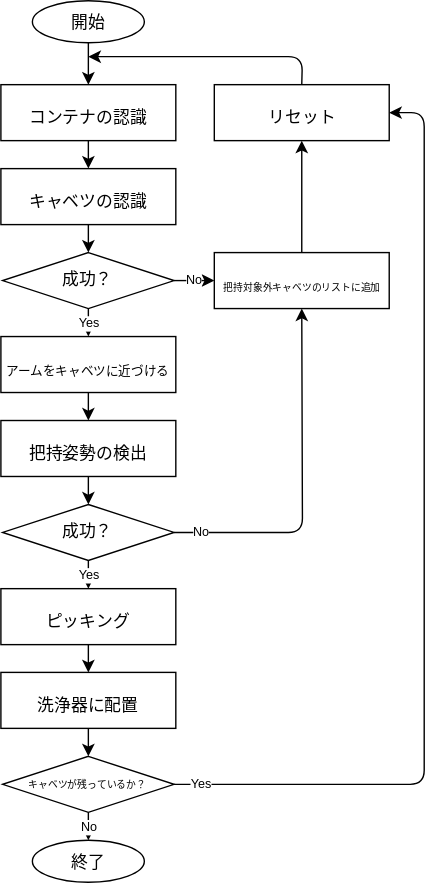
yamachaso/ros_dev keeps this draw.io diagram as flowchart.drawio.svg. Above is the earlier version. Source tidied: cells renumbered, new cells last; positions are measured from the earlier drawing's top-left corner, leaving out a move shared by most shapes.
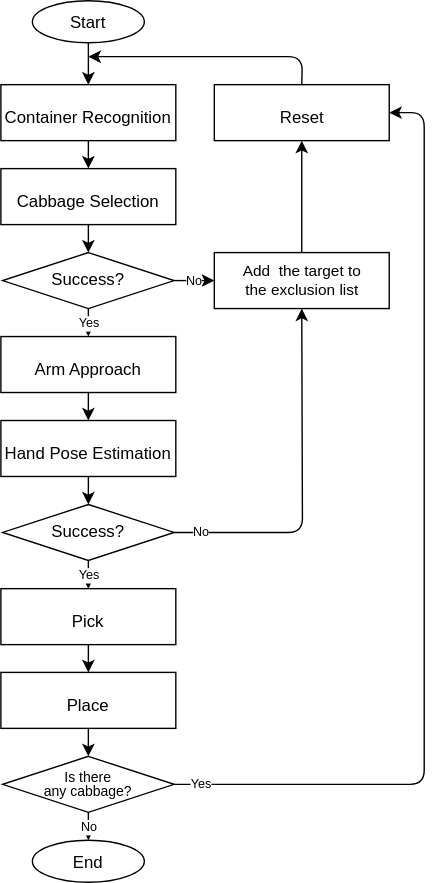
Later version of the same file.

Diff of the diagram source:
```diff
@@ -2,40 +2,40 @@
   <root>
     <mxCell id="0" />
     <mxCell id="1" parent="0" />
-    <mxCell id="2" value="開始" style="ellipse;" parent="1" vertex="1">
+    <mxCell id="2" value="Start" style="ellipse;fontFamily=Helvetica;" parent="1" vertex="1">
       <mxGeometry x="22.5" width="80" height="30" as="geometry" />
     </mxCell>
-    <mxCell id="3" style="edgeStyle=none;hachureGap=4;html=1;exitX=0.5;exitY=1;exitDx=0;exitDy=0;entryX=0.5;entryY=0;entryDx=0;entryDy=0;fontFamily=Architects Daughter;fontSource=https%3A%2F%2Ffonts.googleapis.com%2Fcss%3Ffamily%3DArchitects%2BDaughter;fontSize=12;" parent="1" edge="1" source="4" target="6">
+    <mxCell id="3" style="edgeStyle=none;hachureGap=4;html=1;exitX=0.5;exitY=1;exitDx=0;exitDy=0;entryX=0.5;entryY=0;entryDx=0;entryDy=0;fontFamily=Helvetica;fontSize=12;" parent="1" edge="1" source="4" target="6">
       <mxGeometry relative="1" as="geometry" />
     </mxCell>
-    <mxCell id="4" value="&lt;font style=&quot;font-size: 12px;&quot;&gt;コンテナの認識&lt;/font&gt;" style="rounded=0;whiteSpace=wrap;html=1;hachureGap=4;fontFamily=Architects Daughter;fontSource=https%3A%2F%2Ffonts.googleapis.com%2Fcss%3Ffamily%3DArchitects%2BDaughter;fontSize=20;" parent="1" vertex="1">
+    <mxCell id="4" value="&lt;p&gt;&lt;font style=&quot;font-size: 12px;&quot;&gt;Container Recognition&lt;/font&gt;&lt;/p&gt;" style="rounded=0;whiteSpace=wrap;html=1;hachureGap=4;fontFamily=Helvetica;fontSize=20;" parent="1" vertex="1">
       <mxGeometry y="60" width="125" height="40" as="geometry" />
     </mxCell>
-    <mxCell id="5" style="edgeStyle=none;sketch=0;hachureGap=4;jiggle=2;curveFitting=1;html=1;exitX=0.5;exitY=1;exitDx=0;exitDy=0;entryX=0.5;entryY=0;entryDx=0;entryDy=0;fontFamily=Architects Daughter;fontSource=https%3A%2F%2Ffonts.googleapis.com%2Fcss%3Ffamily%3DArchitects%2BDaughter;fontSize=12;" parent="1" edge="1" source="6" target="15">
+    <mxCell id="5" style="edgeStyle=none;sketch=0;hachureGap=4;jiggle=2;curveFitting=1;html=1;exitX=0.5;exitY=1;exitDx=0;exitDy=0;entryX=0.5;entryY=0;entryDx=0;entryDy=0;fontFamily=Helvetica;fontSize=12;" parent="1" edge="1" source="6" target="15">
       <mxGeometry relative="1" as="geometry" />
     </mxCell>
-    <mxCell id="6" value="&lt;font style=&quot;font-size: 12px;&quot;&gt;キャベツの認識&lt;/font&gt;" style="rounded=0;whiteSpace=wrap;html=1;hachureGap=4;fontFamily=Architects Daughter;fontSource=https%3A%2F%2Ffonts.googleapis.com%2Fcss%3Ffamily%3DArchitects%2BDaughter;fontSize=20;" parent="1" vertex="1">
+    <mxCell id="6" value="&lt;span style=&quot;font-size: 12px;&quot;&gt;Cabbage Selection&lt;/span&gt;" style="rounded=0;whiteSpace=wrap;html=1;hachureGap=4;fontFamily=Helvetica;fontSize=20;" parent="1" vertex="1">
       <mxGeometry y="120" width="125" height="40" as="geometry" />
     </mxCell>
-    <mxCell id="7" style="edgeStyle=none;sketch=0;hachureGap=4;jiggle=2;curveFitting=1;html=1;exitX=0.5;exitY=1;exitDx=0;exitDy=0;entryX=0.5;entryY=0;entryDx=0;entryDy=0;fontFamily=Architects Daughter;fontSource=https%3A%2F%2Ffonts.googleapis.com%2Fcss%3Ffamily%3DArchitects%2BDaughter;fontSize=9;" parent="1" edge="1" source="8" target="9">
+    <mxCell id="7" style="edgeStyle=none;sketch=0;hachureGap=4;jiggle=2;curveFitting=1;html=1;exitX=0.5;exitY=1;exitDx=0;exitDy=0;entryX=0.5;entryY=0;entryDx=0;entryDy=0;fontFamily=Helvetica;fontSize=9;" parent="1" edge="1" source="8" target="9">
       <mxGeometry relative="1" as="geometry" />
     </mxCell>
-    <mxCell id="8" value="&lt;font style=&quot;font-size: 9px;&quot;&gt;アームをキャベツに近づける&lt;/font&gt;" style="rounded=0;whiteSpace=wrap;html=1;hachureGap=4;fontFamily=Architects Daughter;fontSource=https%3A%2F%2Ffonts.googleapis.com%2Fcss%3Ffamily%3DArchitects%2BDaughter;fontSize=20;" parent="1" vertex="1">
+    <mxCell id="8" value="&lt;font style=&quot;font-size: 12px;&quot;&gt;Arm Approach&lt;/font&gt;" style="rounded=0;whiteSpace=wrap;html=1;hachureGap=4;fontFamily=Helvetica;fontSize=20;" parent="1" vertex="1">
       <mxGeometry y="240" width="125" height="40" as="geometry" />
     </mxCell>
-    <mxCell id="9" value="&lt;font style=&quot;font-size: 12px;&quot;&gt;把持姿勢の検出&lt;/font&gt;" style="rounded=0;whiteSpace=wrap;html=1;hachureGap=4;fontFamily=Architects Daughter;fontSource=https%3A%2F%2Ffonts.googleapis.com%2Fcss%3Ffamily%3DArchitects%2BDaughter;fontSize=20;" parent="1" vertex="1">
+    <mxCell id="9" value="&lt;font style=&quot;font-size: 12px;&quot;&gt;Hand Pose Estimation&lt;/font&gt;" style="rounded=0;whiteSpace=wrap;html=1;hachureGap=4;fontFamily=Helvetica;fontSize=20;" parent="1" vertex="1">
       <mxGeometry y="300" width="125" height="40" as="geometry" />
     </mxCell>
-    <mxCell id="10" style="edgeStyle=none;sketch=0;hachureGap=4;jiggle=2;curveFitting=1;html=1;exitX=0.5;exitY=1;exitDx=0;exitDy=0;entryX=0.5;entryY=0;entryDx=0;entryDy=0;fontFamily=Architects Daughter;fontSource=https%3A%2F%2Ffonts.googleapis.com%2Fcss%3Ffamily%3DArchitects%2BDaughter;fontSize=9;" parent="1" edge="1" source="11" target="12">
+    <mxCell id="10" style="edgeStyle=none;sketch=0;hachureGap=4;jiggle=2;curveFitting=1;html=1;exitX=0.5;exitY=1;exitDx=0;exitDy=0;entryX=0.5;entryY=0;entryDx=0;entryDy=0;fontFamily=Helvetica;fontSize=9;" parent="1" edge="1" source="11" target="12">
       <mxGeometry relative="1" as="geometry" />
     </mxCell>
-    <mxCell id="11" value="&lt;font style=&quot;font-size: 12px;&quot;&gt;ピッキング&lt;/font&gt;" style="rounded=0;whiteSpace=wrap;html=1;hachureGap=4;fontFamily=Architects Daughter;fontSource=https%3A%2F%2Ffonts.googleapis.com%2Fcss%3Ffamily%3DArchitects%2BDaughter;fontSize=20;" parent="1" vertex="1">
+    <mxCell id="11" value="&lt;font style=&quot;font-size: 12px;&quot;&gt;Pick&lt;/font&gt;" style="rounded=0;whiteSpace=wrap;html=1;hachureGap=4;fontFamily=Helvetica;fontSize=20;" parent="1" vertex="1">
       <mxGeometry y="420.2" width="125" height="40" as="geometry" />
     </mxCell>
-    <mxCell id="12" value="&lt;font style=&quot;font-size: 12px;&quot;&gt;洗浄器に配置&lt;/font&gt;" style="rounded=0;whiteSpace=wrap;html=1;hachureGap=4;fontFamily=Architects Daughter;fontSource=https%3A%2F%2Ffonts.googleapis.com%2Fcss%3Ffamily%3DArchitects%2BDaughter;fontSize=20;" parent="1" vertex="1">
+    <mxCell id="12" value="&lt;font style=&quot;font-size: 12px;&quot;&gt;Place&lt;/font&gt;" style="rounded=0;whiteSpace=wrap;html=1;hachureGap=4;fontFamily=Helvetica;fontSize=20;" parent="1" vertex="1">
       <mxGeometry y="480" width="125" height="40" as="geometry" />
     </mxCell>
-    <mxCell id="13" style="edgeStyle=none;sketch=0;hachureGap=4;jiggle=2;curveFitting=1;html=1;exitX=0.5;exitY=0;exitDx=0;exitDy=0;fontFamily=Architects Daughter;fontSource=https%3A%2F%2Ffonts.googleapis.com%2Fcss%3Ffamily%3DArchitects%2BDaughter;fontSize=9;" parent="1" edge="1" source="14">
+    <mxCell id="13" style="edgeStyle=none;sketch=0;hachureGap=4;jiggle=2;curveFitting=1;html=1;exitX=0.5;exitY=0;exitDx=0;exitDy=0;fontFamily=Helvetica;fontSize=9;" parent="1" edge="1" source="14">
       <mxGeometry relative="1" as="geometry">
         <mxPoint x="62.5" y="40" as="targetPoint" />
         <Array as="points">
@@ -43,74 +43,74 @@
         </Array>
       </mxGeometry>
     </mxCell>
-    <mxCell id="14" value="&lt;font style=&quot;font-size: 12px;&quot;&gt;リセット&lt;/font&gt;" style="rounded=0;whiteSpace=wrap;html=1;hachureGap=4;fontFamily=Architects Daughter;fontSource=https%3A%2F%2Ffonts.googleapis.com%2Fcss%3Ffamily%3DArchitects%2BDaughter;fontSize=20;" parent="1" vertex="1">
+    <mxCell id="14" value="&lt;font style=&quot;font-size: 12px;&quot;&gt;Reset&lt;/font&gt;" style="rounded=0;whiteSpace=wrap;html=1;hachureGap=4;fontFamily=Helvetica;fontSize=20;fillColor=default;glass=0;" parent="1" vertex="1">
       <mxGeometry x="152.5" y="60" width="125" height="40" as="geometry" />
     </mxCell>
-    <mxCell id="15" value="&lt;font style=&quot;font-size: 12px;&quot;&gt;成功？&lt;/font&gt;" style="rhombus;whiteSpace=wrap;html=1;sketch=0;hachureGap=4;jiggle=2;curveFitting=1;fontFamily=Architects Daughter;fontSource=https%3A%2F%2Ffonts.googleapis.com%2Fcss%3Ffamily%3DArchitects%2BDaughter;fontSize=9;" parent="1" vertex="1">
+    <mxCell id="15" value="&lt;font style=&quot;font-size: 12px;&quot;&gt;Success?&lt;/font&gt;" style="rhombus;whiteSpace=wrap;html=1;sketch=0;hachureGap=4;jiggle=2;curveFitting=1;fontFamily=Helvetica;fontSize=9;" parent="1" vertex="1">
       <mxGeometry x="1.2" y="180" width="122.5" height="40" as="geometry" />
     </mxCell>
-    <mxCell id="16" value="&lt;font style=&quot;font-size: 7px;&quot;&gt;把持対象外キャベツのリストに追加&lt;/font&gt;" style="rounded=0;whiteSpace=wrap;html=1;hachureGap=4;fontFamily=Architects Daughter;fontSource=https%3A%2F%2Ffonts.googleapis.com%2Fcss%3Ffamily%3DArchitects%2BDaughter;fontSize=20;" parent="1" vertex="1">
+    <mxCell id="16" value="&lt;p style=&quot;line-height: 120%; font-size: 11px;&quot;&gt;&lt;span style=&quot;&quot;&gt;Add&amp;nbsp; the target to&amp;nbsp;&lt;br&gt;the&amp;nbsp;exclusion list&lt;/span&gt;&lt;/p&gt;" style="rounded=0;whiteSpace=wrap;html=1;hachureGap=4;fontFamily=Helvetica;fontSize=20;" parent="1" vertex="1">
       <mxGeometry x="152.5" y="180" width="125" height="40" as="geometry" />
     </mxCell>
-    <mxCell id="17" style="edgeStyle=none;sketch=0;hachureGap=4;jiggle=2;curveFitting=1;html=1;exitX=0.5;exitY=1;exitDx=0;exitDy=0;entryX=0.5;entryY=0;entryDx=0;entryDy=0;fontFamily=Architects Daughter;fontSource=https%3A%2F%2Ffonts.googleapis.com%2Fcss%3Ffamily%3DArchitects%2BDaughter;fontSize=12;" parent="1" edge="1" source="9" target="18">
+    <mxCell id="17" style="edgeStyle=none;sketch=0;hachureGap=4;jiggle=2;curveFitting=1;html=1;exitX=0.5;exitY=1;exitDx=0;exitDy=0;entryX=0.5;entryY=0;entryDx=0;entryDy=0;fontFamily=Helvetica;fontSize=12;" parent="1" edge="1" source="9" target="18">
       <mxGeometry relative="1" as="geometry" />
     </mxCell>
-    <mxCell id="18" value="&lt;font style=&quot;font-size: 12px;&quot;&gt;成功？&lt;/font&gt;" style="rhombus;whiteSpace=wrap;html=1;sketch=0;hachureGap=4;jiggle=2;curveFitting=1;fontFamily=Architects Daughter;fontSource=https%3A%2F%2Ffonts.googleapis.com%2Fcss%3Ffamily%3DArchitects%2BDaughter;fontSize=9;" parent="1" vertex="1">
+    <mxCell id="18" value="&lt;font style=&quot;font-size: 12px;&quot;&gt;Success?&lt;/font&gt;" style="rhombus;whiteSpace=wrap;html=1;sketch=0;hachureGap=4;jiggle=2;curveFitting=1;fontFamily=Helvetica;fontSize=9;" parent="1" vertex="1">
       <mxGeometry x="1.2" y="360" width="122.5" height="40" as="geometry" />
     </mxCell>
-    <mxCell id="19" style="edgeStyle=none;sketch=0;hachureGap=4;jiggle=2;curveFitting=1;html=1;entryX=0.5;entryY=0;entryDx=0;entryDy=0;fontFamily=Architects Daughter;fontSource=https%3A%2F%2Ffonts.googleapis.com%2Fcss%3Ffamily%3DArchitects%2BDaughter;fontSize=12;exitX=0.5;exitY=1;exitDx=0;exitDy=0;" parent="1" edge="1" source="12" target="20">
+    <mxCell id="19" style="edgeStyle=none;sketch=0;hachureGap=4;jiggle=2;curveFitting=1;html=1;entryX=0.5;entryY=0;entryDx=0;entryDy=0;fontFamily=Helvetica;fontSize=12;exitX=0.5;exitY=1;exitDx=0;exitDy=0;" parent="1" edge="1" source="12" target="20">
       <mxGeometry relative="1" as="geometry" />
     </mxCell>
-    <mxCell id="20" value="&lt;font style=&quot;font-size: 7px;&quot;&gt;キャベツが残っているか？&lt;/font&gt;" style="rhombus;whiteSpace=wrap;html=1;sketch=0;hachureGap=4;jiggle=2;curveFitting=1;fontFamily=Architects Daughter;fontSource=https%3A%2F%2Ffonts.googleapis.com%2Fcss%3Ffamily%3DArchitects%2BDaughter;fontSize=9;" parent="1" vertex="1">
+    <mxCell id="20" value="&lt;p style=&quot;line-height: 100%;&quot;&gt;&lt;font style=&quot;font-size: 10px;&quot;&gt;Is there &lt;br style=&quot;font-size: 10px;&quot;&gt;any cabbage?&lt;/font&gt;&lt;/p&gt;" style="rhombus;whiteSpace=wrap;html=1;sketch=0;hachureGap=4;jiggle=2;curveFitting=1;fontFamily=Helvetica;fontSize=10;" parent="1" vertex="1">
       <mxGeometry x="1.2" y="540" width="122.5" height="40" as="geometry" />
     </mxCell>
-    <mxCell id="21" value="終了" style="ellipse;" parent="1" vertex="1">
+    <mxCell id="21" value="End" style="ellipse;fontFamily=Helvetica;" parent="1" vertex="1">
       <mxGeometry x="22.5" y="600" width="80" height="30" as="geometry" />
     </mxCell>
-    <mxCell id="22" style="endArrow=classic;html=1;hachureGap=4;fontFamily=Architects Daughter;fontSource=https%3A%2F%2Ffonts.googleapis.com%2Fcss%3Ffamily%3DArchitects%2BDaughter;fontSize=7;exitX=0.5;exitY=1;exitDx=0;exitDy=0;entryX=0.5;entryY=0;entryDx=0;entryDy=0;" parent="1" edge="1" source="18" target="11">
+    <mxCell id="22" style="endArrow=classic;html=1;hachureGap=4;fontFamily=Helvetica;fontSize=7;exitX=0.5;exitY=1;exitDx=0;exitDy=0;entryX=0.5;entryY=0;entryDx=0;entryDy=0;" parent="1" edge="1" source="18" target="11">
       <mxGeometry relative="1" as="geometry" />
     </mxCell>
-    <mxCell id="23" value="&lt;font style=&quot;font-size: 9px;&quot; face=&quot;Helvetica&quot;&gt;Yes&lt;/font&gt;" style="edgeLabel;html=1;align=center;verticalAlign=middle;sketch=0;hachureGap=4;jiggle=2;curveFitting=1;fontFamily=Architects Daughter;fontSource=https%3A%2F%2Ffonts.googleapis.com%2Fcss%3Ffamily%3DArchitects%2BDaughter;fontSize=7;" parent="22" vertex="1">
+    <mxCell id="23" value="&lt;font style=&quot;font-size: 9px;&quot;&gt;Yes&lt;/font&gt;" style="edgeLabel;html=1;align=center;verticalAlign=middle;sketch=0;hachureGap=4;jiggle=2;curveFitting=1;fontFamily=Helvetica;fontSize=7;" parent="22" vertex="1">
       <mxGeometry relative="1" as="geometry" />
     </mxCell>
-    <mxCell id="24" style="endArrow=classic;html=1;hachureGap=4;fontFamily=Architects Daughter;fontSource=https%3A%2F%2Ffonts.googleapis.com%2Fcss%3Ffamily%3DArchitects%2BDaughter;fontSize=7;exitX=1;exitY=0.5;exitDx=0;exitDy=0;entryX=0.5;entryY=1;entryDx=0;entryDy=0;" parent="1" edge="1" source="18" target="16">
+    <mxCell id="24" style="endArrow=classic;html=1;hachureGap=4;fontFamily=Helvetica;fontSize=7;exitX=1;exitY=0.5;exitDx=0;exitDy=0;entryX=0.5;entryY=1;entryDx=0;entryDy=0;" parent="1" edge="1" source="18" target="16">
       <mxGeometry relative="1" as="geometry">
         <Array as="points">
           <mxPoint x="215.5" y="380" />
         </Array>
       </mxGeometry>
     </mxCell>
-    <mxCell id="25" value="&lt;font style=&quot;font-size: 9px;&quot; face=&quot;Helvetica&quot;&gt;No&lt;/font&gt;" style="edgeLabel;html=1;align=center;verticalAlign=middle;sketch=0;hachureGap=4;jiggle=2;curveFitting=1;fontFamily=Architects Daughter;fontSource=https%3A%2F%2Ffonts.googleapis.com%2Fcss%3Ffamily%3DArchitects%2BDaughter;fontSize=7;" parent="24" vertex="1">
+    <mxCell id="25" value="&lt;font style=&quot;font-size: 9px;&quot;&gt;No&lt;/font&gt;" style="edgeLabel;html=1;align=center;verticalAlign=middle;sketch=0;hachureGap=4;jiggle=2;curveFitting=1;fontFamily=Helvetica;fontSize=7;" parent="24" vertex="1">
       <mxGeometry relative="1" as="geometry">
         <mxPoint x="-73" y="34" as="offset" />
       </mxGeometry>
     </mxCell>
-    <mxCell id="26" style="endArrow=classic;html=1;hachureGap=4;fontFamily=Architects Daughter;fontSource=https%3A%2F%2Ffonts.googleapis.com%2Fcss%3Ffamily%3DArchitects%2BDaughter;fontSize=7;exitX=0.5;exitY=1;exitDx=0;exitDy=0;entryX=0.5;entryY=0;entryDx=0;entryDy=0;" parent="1" edge="1" source="20" target="21">
+    <mxCell id="26" style="endArrow=classic;html=1;hachureGap=4;fontFamily=Helvetica;fontSize=7;exitX=0.5;exitY=1;exitDx=0;exitDy=0;entryX=0.5;entryY=0;entryDx=0;entryDy=0;" parent="1" edge="1" source="20" target="21">
       <mxGeometry relative="1" as="geometry" />
     </mxCell>
-    <mxCell id="27" value="&lt;font style=&quot;font-size: 9px;&quot; face=&quot;Helvetica&quot;&gt;No&lt;/font&gt;" style="edgeLabel;html=1;align=center;verticalAlign=middle;sketch=0;hachureGap=4;jiggle=2;curveFitting=1;fontFamily=Architects Daughter;fontSource=https%3A%2F%2Ffonts.googleapis.com%2Fcss%3Ffamily%3DArchitects%2BDaughter;fontSize=7;" parent="26" vertex="1">
+    <mxCell id="27" value="&lt;font style=&quot;font-size: 9px;&quot;&gt;No&lt;/font&gt;" style="edgeLabel;html=1;align=center;verticalAlign=middle;sketch=0;hachureGap=4;jiggle=2;curveFitting=1;fontFamily=Helvetica;fontSize=7;" parent="26" vertex="1">
       <mxGeometry relative="1" as="geometry" />
     </mxCell>
-    <mxCell id="28" style="endArrow=classic;html=1;hachureGap=4;fontFamily=Architects Daughter;fontSource=https%3A%2F%2Ffonts.googleapis.com%2Fcss%3Ffamily%3DArchitects%2BDaughter;fontSize=7;exitX=0.5;exitY=1;exitDx=0;exitDy=0;entryX=0.5;entryY=0;entryDx=0;entryDy=0;" parent="1" edge="1" source="15" target="8">
+    <mxCell id="28" style="endArrow=classic;html=1;hachureGap=4;fontFamily=Helvetica;fontSize=7;exitX=0.5;exitY=1;exitDx=0;exitDy=0;entryX=0.5;entryY=0;entryDx=0;entryDy=0;" parent="1" edge="1" source="15" target="8">
       <mxGeometry relative="1" as="geometry">
         <Array as="points">
           <mxPoint x="62.5" y="230" />
         </Array>
       </mxGeometry>
     </mxCell>
-    <mxCell id="29" value="&lt;font style=&quot;font-size: 9px;&quot; face=&quot;Helvetica&quot;&gt;Yes&lt;/font&gt;" style="edgeLabel;html=1;align=center;verticalAlign=middle;sketch=0;hachureGap=4;jiggle=2;curveFitting=1;fontFamily=Architects Daughter;fontSource=https%3A%2F%2Ffonts.googleapis.com%2Fcss%3Ffamily%3DArchitects%2BDaughter;fontSize=7;" parent="28" vertex="1">
+    <mxCell id="29" value="&lt;font style=&quot;font-size: 9px;&quot;&gt;Yes&lt;/font&gt;" style="edgeLabel;html=1;align=center;verticalAlign=middle;sketch=0;hachureGap=4;jiggle=2;curveFitting=1;fontFamily=Helvetica;fontSize=7;" parent="28" vertex="1">
       <mxGeometry relative="1" as="geometry" />
     </mxCell>
-    <mxCell id="30" style="endArrow=classic;html=1;hachureGap=4;fontFamily=Architects Daughter;fontSource=https%3A%2F%2Ffonts.googleapis.com%2Fcss%3Ffamily%3DArchitects%2BDaughter;fontSize=7;exitX=1;exitY=0.5;exitDx=0;exitDy=0;entryX=0;entryY=0.5;entryDx=0;entryDy=0;" parent="1" edge="1" source="15" target="16">
+    <mxCell id="30" style="endArrow=classic;html=1;hachureGap=4;fontFamily=Helvetica;fontSize=7;exitX=1;exitY=0.5;exitDx=0;exitDy=0;entryX=0;entryY=0.5;entryDx=0;entryDy=0;" parent="1" edge="1" source="15" target="16">
       <mxGeometry relative="1" as="geometry" />
     </mxCell>
-    <mxCell id="31" value="&lt;font style=&quot;font-size: 9px;&quot; face=&quot;Helvetica&quot;&gt;No&lt;/font&gt;" style="edgeLabel;html=1;align=center;verticalAlign=middle;sketch=0;hachureGap=4;jiggle=2;curveFitting=1;fontFamily=Architects Daughter;fontSource=https%3A%2F%2Ffonts.googleapis.com%2Fcss%3Ffamily%3DArchitects%2BDaughter;fontSize=7;" parent="30" vertex="1">
+    <mxCell id="31" value="&lt;font style=&quot;font-size: 9px;&quot;&gt;No&lt;/font&gt;" style="edgeLabel;html=1;align=center;verticalAlign=middle;sketch=0;hachureGap=4;jiggle=2;curveFitting=1;fontFamily=Helvetica;fontSize=7;" parent="30" vertex="1">
       <mxGeometry relative="1" as="geometry" />
     </mxCell>
-    <mxCell id="32" style="edgeStyle=none;sketch=0;hachureGap=4;jiggle=2;curveFitting=1;html=1;exitX=0.5;exitY=0;exitDx=0;exitDy=0;entryX=0.5;entryY=1;entryDx=0;entryDy=0;fontFamily=Architects Daughter;fontSource=https%3A%2F%2Ffonts.googleapis.com%2Fcss%3Ffamily%3DArchitects%2BDaughter;fontSize=12;" parent="1" edge="1" source="16" target="14">
+    <mxCell id="32" style="edgeStyle=none;sketch=0;hachureGap=4;jiggle=2;curveFitting=1;html=1;exitX=0.5;exitY=0;exitDx=0;exitDy=0;entryX=0.5;entryY=1;entryDx=0;entryDy=0;fontFamily=Helvetica;fontSize=12;" parent="1" edge="1" source="16" target="14">
       <mxGeometry relative="1" as="geometry" />
     </mxCell>
-    <mxCell id="33" style="endArrow=classic;html=1;hachureGap=4;fontFamily=Architects Daughter;fontSource=https%3A%2F%2Ffonts.googleapis.com%2Fcss%3Ffamily%3DArchitects%2BDaughter;fontSize=7;exitX=1;exitY=0.5;exitDx=0;exitDy=0;entryX=1;entryY=0.5;entryDx=0;entryDy=0;" parent="1" edge="1" source="20" target="14">
+    <mxCell id="33" style="endArrow=classic;html=1;hachureGap=4;fontFamily=Helvetica;fontSize=7;exitX=1;exitY=0.5;exitDx=0;exitDy=0;entryX=1;entryY=0.5;entryDx=0;entryDy=0;" parent="1" edge="1" source="20" target="14">
       <mxGeometry relative="1" as="geometry">
         <Array as="points">
           <mxPoint x="242.5" y="560" />
@@ -119,12 +119,12 @@
         </Array>
       </mxGeometry>
     </mxCell>
-    <mxCell id="34" value="&lt;font style=&quot;font-size: 9px;&quot; face=&quot;Helvetica&quot;&gt;Yes&lt;/font&gt;" style="edgeLabel;html=1;align=center;verticalAlign=middle;sketch=0;hachureGap=4;jiggle=2;curveFitting=1;fontFamily=Architects Daughter;fontSource=https%3A%2F%2Ffonts.googleapis.com%2Fcss%3Ffamily%3DArchitects%2BDaughter;fontSize=7;" parent="33" vertex="1">
+    <mxCell id="34" value="&lt;font style=&quot;font-size: 9px;&quot;&gt;Yes&lt;/font&gt;" style="edgeLabel;html=1;align=center;verticalAlign=middle;sketch=0;hachureGap=4;jiggle=2;curveFitting=1;fontFamily=Helvetica;fontSize=7;" parent="33" vertex="1">
       <mxGeometry relative="1" as="geometry">
         <mxPoint x="-160" y="163" as="offset" />
       </mxGeometry>
     </mxCell>
-    <mxCell id="35" style="edgeStyle=none;hachureGap=4;html=1;exitX=0.5;exitY=1;exitDx=0;exitDy=0;entryX=0.5;entryY=0;entryDx=0;entryDy=0;fontFamily=Architects Daughter;fontSource=https%3A%2F%2Ffonts.googleapis.com%2Fcss%3Ffamily%3DArchitects%2BDaughter;fontSize=12;" parent="1" edge="1" source="2" target="4">
+    <mxCell id="35" style="edgeStyle=none;hachureGap=4;html=1;exitX=0.5;exitY=1;exitDx=0;exitDy=0;entryX=0.5;entryY=0;entryDx=0;entryDy=0;fontFamily=Helvetica;fontSize=12;" parent="1" edge="1" source="2" target="4">
       <mxGeometry relative="1" as="geometry" />
     </mxCell>
   </root>
```
